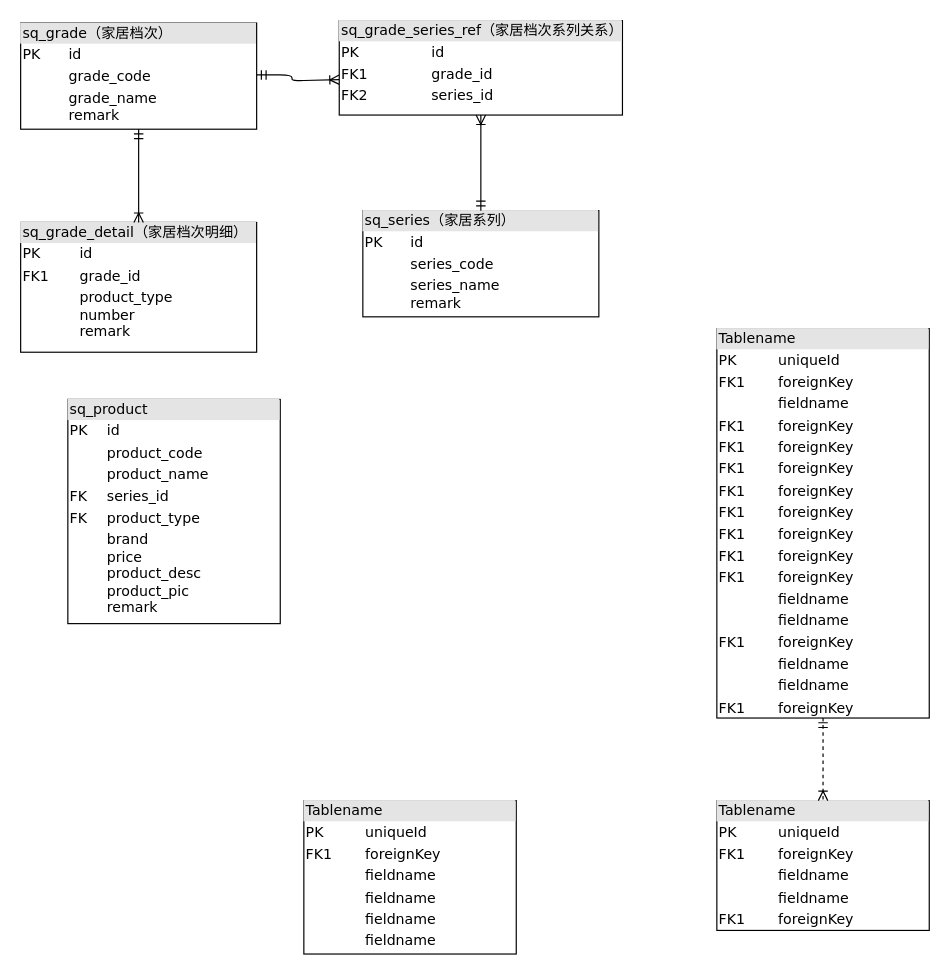
Earlier version of the draw.io diagram 家居报价表定义.drawio (xueshou02/githubWJ). Source tidied: cells renumbered, new cells numbered last; positions are measured from the earlier drawing's top-left corner, leaving out a move shared by most shapes. Both pictures are drawn from the tidied source at 118%, with x=0, y=0 at pixel (20, 20).
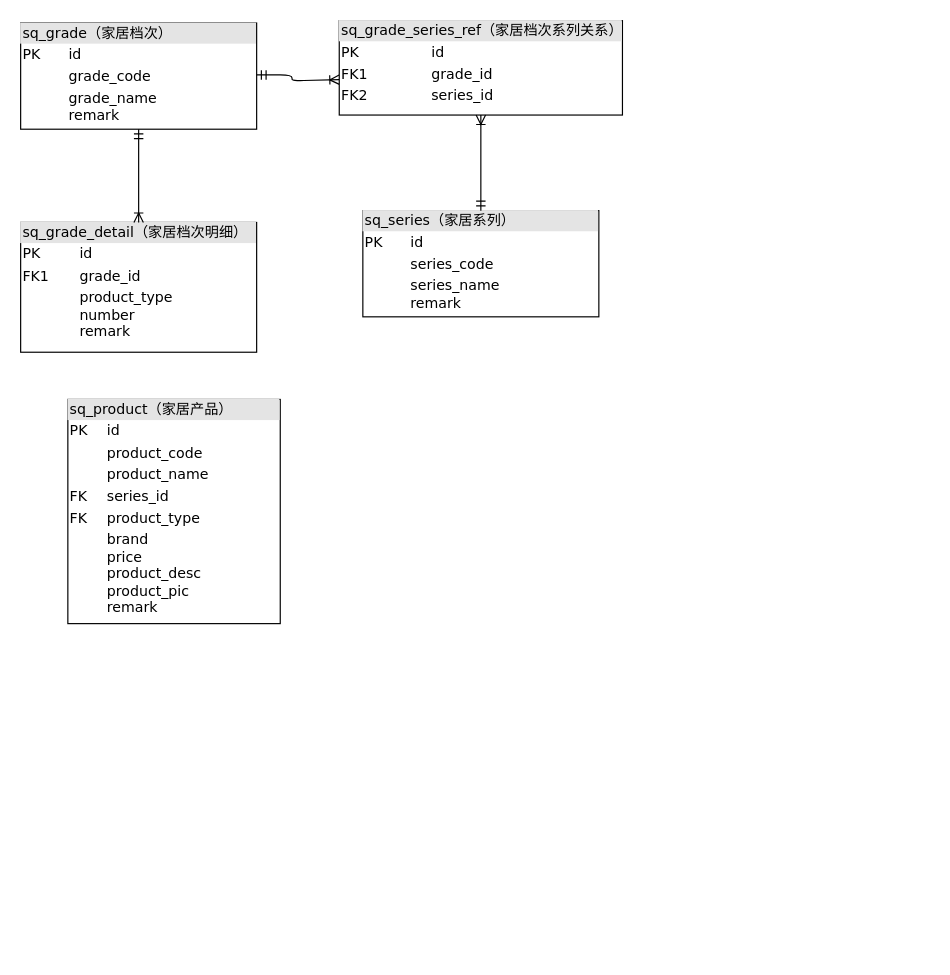
The same page after the edit.

Commit message:
更新家居报价表定义.drawio

The edit, as a diff of the source:
```diff
@@
 <mxGraphModel>
   <root>
     <mxCell id="0" />
     <mxCell id="1" parent="0" />
     <mxCell id="2" value="&lt;div style=&quot;box-sizing:border-box;width:100%;background:#e4e4e4;padding:2px;&quot;&gt;sq_grade（家居档次）&lt;/div&gt;&lt;table style=&quot;width:100%;font-size:1em;&quot; cellpadding=&quot;2&quot; cellspacing=&quot;0&quot;&gt;&lt;tbody&gt;&lt;tr&gt;&lt;td&gt;PK&lt;/td&gt;&lt;td&gt;id&lt;/td&gt;&lt;/tr&gt;&lt;tr&gt;&lt;td&gt;&lt;br&gt;&lt;/td&gt;&lt;td&gt;grade_code&lt;/td&gt;&lt;/tr&gt;&lt;tr&gt;&lt;td&gt;&lt;/td&gt;&lt;td&gt;grade_name&lt;br&gt;remark&lt;/td&gt;&lt;/tr&gt;&lt;/tbody&gt;&lt;/table&gt;" style="verticalAlign=top;align=left;overflow=fill;html=1;rounded=0;shadow=0;comic=0;labelBackgroundColor=none;strokeWidth=1;fontFamily=Verdana;fontSize=12;" parent="1" vertex="1">
       <mxGeometry y="2" width="200" height="90" as="geometry" />
     </mxCell>
     <mxCell id="3" style="edgeStyle=orthogonalEdgeStyle;html=1;labelBackgroundColor=none;startArrow=ERmandOne;endArrow=ERoneToMany;fontFamily=Verdana;fontSize=12;align=left;entryX=0;entryY=0.625;entryDx=0;entryDy=0;entryPerimeter=0;" parent="1" edge="1" source="2" target="11">
       <mxGeometry relative="1" as="geometry">
         <Array as="points">
           <mxPoint x="230" y="46" />
           <mxPoint x="230" y="51" />
         </Array>
       </mxGeometry>
     </mxCell>
     <mxCell id="4" value="&lt;div style=&quot;box-sizing:border-box;width:100%;background:#e4e4e4;padding:2px;&quot;&gt;sq_grade_detail（家居档次明细）&lt;br&gt;&lt;/div&gt;&lt;table style=&quot;width:100%;font-size:1em;&quot; cellpadding=&quot;2&quot; cellspacing=&quot;0&quot;&gt;&lt;tbody&gt;&lt;tr&gt;&lt;td&gt;PK&lt;/td&gt;&lt;td&gt;id&lt;/td&gt;&lt;/tr&gt;&lt;tr&gt;&lt;td&gt;FK1&lt;/td&gt;&lt;td&gt;grade_id&lt;/td&gt;&lt;/tr&gt;&lt;tr&gt;&lt;td&gt;&lt;/td&gt;&lt;td&gt;product_type&lt;br&gt;number&lt;br&gt;remark&lt;br&gt;&lt;/td&gt;&lt;/tr&gt;&lt;/tbody&gt;&lt;/table&gt;" style="verticalAlign=top;align=left;overflow=fill;html=1;rounded=0;shadow=0;comic=0;labelBackgroundColor=none;strokeWidth=1;fontFamily=Verdana;fontSize=12;strokeColor=default;" parent="1" vertex="1">
       <mxGeometry y="171" width="200" height="110" as="geometry" />
     </mxCell>
-    <mxCell id="5" value="&lt;div style=&quot;box-sizing: border-box ; width: 100% ; background: #e4e4e4 ; padding: 2px&quot;&gt;Tablename&lt;/div&gt;&lt;table style=&quot;width: 100% ; font-size: 1em&quot; cellpadding=&quot;2&quot; cellspacing=&quot;0&quot;&gt;&lt;tbody&gt;&lt;tr&gt;&lt;td&gt;PK&lt;/td&gt;&lt;td&gt;uniqueId&lt;/td&gt;&lt;/tr&gt;&lt;tr&gt;&lt;td&gt;FK1&lt;/td&gt;&lt;td&gt;foreignKey&lt;/td&gt;&lt;/tr&gt;&lt;tr&gt;&lt;td&gt;&lt;/td&gt;&lt;td&gt;fieldname&lt;/td&gt;&lt;/tr&gt;&lt;tr&gt;&lt;td&gt;&lt;br&gt;&lt;/td&gt;&lt;td&gt;fieldname&lt;br&gt;&lt;/td&gt;&lt;/tr&gt;&lt;tr&gt;&lt;td&gt;FK1&lt;br&gt;&lt;/td&gt;&lt;td&gt;foreignKey&lt;br&gt;&lt;/td&gt;&lt;/tr&gt;&lt;/tbody&gt;&lt;/table&gt;" style="verticalAlign=top;align=left;overflow=fill;html=1;rounded=0;shadow=0;comic=0;labelBackgroundColor=none;strokeWidth=1;fontFamily=Verdana;fontSize=12;" parent="1" vertex="1">
-      <mxGeometry x="590" y="661" width="180" height="110" as="geometry" />
-    </mxCell>
-    <mxCell id="6" style="edgeStyle=orthogonalEdgeStyle;html=1;entryX=0.5;entryY=0;labelBackgroundColor=none;startArrow=ERmandOne;endArrow=ERoneToMany;fontFamily=Verdana;fontSize=12;align=left;dashed=1;" parent="1" edge="1" source="7" target="5">
-      <mxGeometry relative="1" as="geometry" />
-    </mxCell>
-    <mxCell id="7" value="&lt;div style=&quot;box-sizing: border-box ; width: 100% ; background: #e4e4e4 ; padding: 2px&quot;&gt;Tablename&lt;/div&gt;&lt;table style=&quot;width: 100% ; font-size: 1em&quot; cellpadding=&quot;2&quot; cellspacing=&quot;0&quot;&gt;&lt;tbody&gt;&lt;tr&gt;&lt;td&gt;PK&lt;/td&gt;&lt;td&gt;uniqueId&lt;/td&gt;&lt;/tr&gt;&lt;tr&gt;&lt;td&gt;FK1&lt;/td&gt;&lt;td&gt;foreignKey&lt;/td&gt;&lt;/tr&gt;&lt;tr&gt;&lt;td&gt;&lt;/td&gt;&lt;td&gt;fieldname&lt;/td&gt;&lt;/tr&gt;&lt;tr&gt;&lt;td&gt;FK1&lt;br&gt;&lt;/td&gt;&lt;td&gt;foreignKey&lt;br&gt;&lt;/td&gt;&lt;/tr&gt;&lt;tr&gt;&lt;td&gt;FK1&lt;br&gt;&lt;/td&gt;&lt;td&gt;foreignKey&lt;br&gt;&lt;/td&gt;&lt;/tr&gt;&lt;tr&gt;&lt;td&gt;FK1&lt;br&gt;&lt;/td&gt;&lt;td&gt;foreignKey&lt;br&gt;&lt;/td&gt;&lt;/tr&gt;&lt;tr&gt;&lt;td&gt;FK1&lt;br&gt;&lt;/td&gt;&lt;td&gt;foreignKey&lt;br&gt;&lt;/td&gt;&lt;/tr&gt;&lt;tr&gt;&lt;td&gt;FK1&lt;br&gt;&lt;/td&gt;&lt;td&gt;foreignKey&lt;br&gt;&lt;/td&gt;&lt;/tr&gt;&lt;tr&gt;&lt;td&gt;FK1&lt;br&gt;&lt;/td&gt;&lt;td&gt;foreignKey&lt;br&gt;&lt;/td&gt;&lt;/tr&gt;&lt;tr&gt;&lt;td&gt;FK1&lt;br&gt;&lt;/td&gt;&lt;td&gt;foreignKey&lt;br&gt;&lt;/td&gt;&lt;/tr&gt;&lt;tr&gt;&lt;td&gt;FK1&lt;br&gt;&lt;/td&gt;&lt;td&gt;foreignKey&lt;br&gt;&lt;/td&gt;&lt;/tr&gt;&lt;tr&gt;&lt;td&gt;&lt;br&gt;&lt;/td&gt;&lt;td&gt;fieldname&lt;br&gt;&lt;/td&gt;&lt;/tr&gt;&lt;tr&gt;&lt;td&gt;&lt;br&gt;&lt;/td&gt;&lt;td&gt;fieldname&lt;br&gt;&lt;/td&gt;&lt;/tr&gt;&lt;tr&gt;&lt;td&gt;FK1&lt;br&gt;&lt;/td&gt;&lt;td&gt;foreignKey&lt;br&gt;&lt;/td&gt;&lt;/tr&gt;&lt;tr&gt;&lt;td&gt;&lt;br&gt;&lt;/td&gt;&lt;td&gt;fieldname&lt;br&gt;&lt;/td&gt;&lt;/tr&gt;&lt;tr&gt;&lt;td&gt;&lt;br&gt;&lt;/td&gt;&lt;td&gt;fieldname&lt;br&gt;&lt;/td&gt;&lt;/tr&gt;&lt;tr&gt;&lt;td&gt;FK1&lt;br&gt;&lt;/td&gt;&lt;td&gt;foreignKey&lt;br&gt;&lt;/td&gt;&lt;/tr&gt;&lt;/tbody&gt;&lt;/table&gt;" style="verticalAlign=top;align=left;overflow=fill;html=1;rounded=0;shadow=0;comic=0;labelBackgroundColor=none;strokeWidth=1;fontFamily=Verdana;fontSize=12;" parent="1" vertex="1">
-      <mxGeometry x="590" y="261" width="180" height="330" as="geometry" />
-    </mxCell>
-    <mxCell id="8" value="&lt;div style=&quot;box-sizing: border-box ; width: 100% ; background: #e4e4e4 ; padding: 2px&quot;&gt;Tablename&lt;/div&gt;&lt;table style=&quot;width: 100% ; font-size: 1em&quot; cellpadding=&quot;2&quot; cellspacing=&quot;0&quot;&gt;&lt;tbody&gt;&lt;tr&gt;&lt;td&gt;PK&lt;/td&gt;&lt;td&gt;uniqueId&lt;/td&gt;&lt;/tr&gt;&lt;tr&gt;&lt;td&gt;FK1&lt;/td&gt;&lt;td&gt;foreignKey&lt;/td&gt;&lt;/tr&gt;&lt;tr&gt;&lt;td&gt;&lt;/td&gt;&lt;td&gt;fieldname&lt;/td&gt;&lt;/tr&gt;&lt;tr&gt;&lt;td&gt;&lt;br&gt;&lt;/td&gt;&lt;td&gt;fieldname&lt;br&gt;&lt;/td&gt;&lt;/tr&gt;&lt;tr&gt;&lt;td&gt;&lt;br&gt;&lt;/td&gt;&lt;td&gt;fieldname&lt;br&gt;&lt;/td&gt;&lt;/tr&gt;&lt;tr&gt;&lt;td&gt;&lt;br&gt;&lt;/td&gt;&lt;td&gt;fieldname&lt;br&gt;&lt;/td&gt;&lt;/tr&gt;&lt;/tbody&gt;&lt;/table&gt;" style="verticalAlign=top;align=left;overflow=fill;html=1;rounded=0;shadow=0;comic=0;labelBackgroundColor=none;strokeWidth=1;fontFamily=Verdana;fontSize=12;" parent="1" vertex="1">
-      <mxGeometry x="240" y="661" width="180" height="130" as="geometry" />
-    </mxCell>
     <mxCell id="9" style="edgeStyle=orthogonalEdgeStyle;html=1;endArrow=ERoneToMany;startArrow=ERmandOne;labelBackgroundColor=none;fontFamily=Verdana;fontSize=12;align=left;exitX=0.5;exitY=1;entryX=0.5;entryY=0;" parent="1" edge="1" source="2" target="4">
       <mxGeometry relative="1" as="geometry" />
     </mxCell>
     <mxCell id="10" value="&lt;div style=&quot;box-sizing:border-box;width:100%;background:#e4e4e4;padding:2px;&quot;&gt;sq_series（家居系列）&lt;/div&gt;&lt;table style=&quot;width:100%;font-size:1em;&quot; cellpadding=&quot;2&quot; cellspacing=&quot;0&quot;&gt;&lt;tbody&gt;&lt;tr&gt;&lt;td&gt;PK&lt;/td&gt;&lt;td&gt;id&lt;/td&gt;&lt;/tr&gt;&lt;tr&gt;&lt;td&gt;&lt;br&gt;&lt;/td&gt;&lt;td&gt;series_code&lt;/td&gt;&lt;/tr&gt;&lt;tr&gt;&lt;td&gt;&lt;/td&gt;&lt;td&gt;series_name&lt;br&gt;remark&lt;/td&gt;&lt;/tr&gt;&lt;/tbody&gt;&lt;/table&gt;" style="verticalAlign=top;align=left;overflow=fill;html=1;rounded=0;shadow=0;comic=0;labelBackgroundColor=none;strokeWidth=1;fontFamily=Verdana;fontSize=12;" parent="1" vertex="1">
       <mxGeometry x="290" y="161" width="200" height="90" as="geometry" />
     </mxCell>
     <mxCell id="11" value="&lt;div style=&quot;box-sizing:border-box;width:100%;background:#e4e4e4;padding:2px;&quot;&gt;sq_grade_series_ref（家居档次系列关系）&lt;/div&gt;&lt;table style=&quot;width:100%;font-size:1em;&quot; cellpadding=&quot;2&quot; cellspacing=&quot;0&quot;&gt;&lt;tbody&gt;&lt;tr&gt;&lt;td&gt;PK&lt;/td&gt;&lt;td&gt;id&lt;/td&gt;&lt;/tr&gt;&lt;tr&gt;&lt;td&gt;FK1&lt;/td&gt;&lt;td&gt;grade_id&lt;/td&gt;&lt;/tr&gt;&lt;tr&gt;&lt;td&gt;FK2&lt;/td&gt;&lt;td&gt;series_id&lt;br&gt;&lt;/td&gt;&lt;/tr&gt;&lt;/tbody&gt;&lt;/table&gt;" style="verticalAlign=top;align=left;overflow=fill;html=1;rounded=0;shadow=0;comic=0;labelBackgroundColor=none;strokeWidth=1;fontFamily=Verdana;fontSize=12;" parent="1" vertex="1">
       <mxGeometry x="270" width="240" height="80" as="geometry" />
     </mxCell>
     <mxCell id="12" style="edgeStyle=orthogonalEdgeStyle;html=1;labelBackgroundColor=none;startArrow=ERmandOne;endArrow=ERoneToMany;fontFamily=Verdana;fontSize=12;align=left;exitX=0.5;exitY=0;exitDx=0;exitDy=0;entryX=0.5;entryY=1;entryDx=0;entryDy=0;" parent="1" edge="1" source="10" target="11">
       <mxGeometry relative="1" as="geometry" />
     </mxCell>
-    <mxCell id="13" value="&lt;div style=&quot;box-sizing: border-box ; width: 100% ; background: #e4e4e4 ; padding: 2px&quot;&gt;sq_product&lt;/div&gt;&lt;table style=&quot;width: 100% ; font-size: 1em&quot; cellpadding=&quot;2&quot; cellspacing=&quot;0&quot;&gt;&lt;tbody&gt;&lt;tr&gt;&lt;td&gt;PK&lt;/td&gt;&lt;td&gt;id&lt;/td&gt;&lt;/tr&gt;&lt;tr&gt;&lt;td&gt;&lt;br&gt;&lt;/td&gt;&lt;td&gt;product_code&lt;/td&gt;&lt;/tr&gt;&lt;tr&gt;&lt;td&gt;&lt;/td&gt;&lt;td&gt;product_name&lt;/td&gt;&lt;/tr&gt;&lt;tr&gt;&lt;td&gt;FK&lt;/td&gt;&lt;td&gt;series_id&lt;br&gt;&lt;/td&gt;&lt;/tr&gt;&lt;tr&gt;&lt;td&gt;FK&lt;/td&gt;&lt;td&gt;product_type&lt;/td&gt;&lt;/tr&gt;&lt;tr&gt;&lt;td&gt;&lt;br&gt;&lt;/td&gt;&lt;td&gt;brand&lt;br&gt;price&lt;br&gt;product_desc&lt;br&gt;product_pic&lt;br&gt;remark&lt;/td&gt;&lt;/tr&gt;&lt;/tbody&gt;&lt;/table&gt;" style="verticalAlign=top;align=left;overflow=fill;html=1;rounded=0;shadow=0;comic=0;labelBackgroundColor=none;strokeWidth=1;fontFamily=Verdana;fontSize=12;" parent="1" vertex="1">
+    <mxCell id="13" value="&lt;div style=&quot;box-sizing: border-box ; width: 100% ; background: #e4e4e4 ; padding: 2px&quot;&gt;sq_product（家居产品）&lt;/div&gt;&lt;table style=&quot;width: 100% ; font-size: 1em&quot; cellpadding=&quot;2&quot; cellspacing=&quot;0&quot;&gt;&lt;tbody&gt;&lt;tr&gt;&lt;td&gt;PK&lt;/td&gt;&lt;td&gt;id&lt;/td&gt;&lt;/tr&gt;&lt;tr&gt;&lt;td&gt;&lt;br&gt;&lt;/td&gt;&lt;td&gt;product_code&lt;/td&gt;&lt;/tr&gt;&lt;tr&gt;&lt;td&gt;&lt;/td&gt;&lt;td&gt;product_name&lt;/td&gt;&lt;/tr&gt;&lt;tr&gt;&lt;td&gt;FK&lt;/td&gt;&lt;td&gt;series_id&lt;br&gt;&lt;/td&gt;&lt;/tr&gt;&lt;tr&gt;&lt;td&gt;FK&lt;/td&gt;&lt;td&gt;product_type&lt;/td&gt;&lt;/tr&gt;&lt;tr&gt;&lt;td&gt;&lt;br&gt;&lt;/td&gt;&lt;td&gt;brand&lt;br&gt;price&lt;br&gt;product_desc&lt;br&gt;product_pic&lt;br&gt;remark&lt;/td&gt;&lt;/tr&gt;&lt;/tbody&gt;&lt;/table&gt;" style="verticalAlign=top;align=left;overflow=fill;html=1;rounded=0;shadow=0;comic=0;labelBackgroundColor=none;strokeWidth=1;fontFamily=Verdana;fontSize=12;" parent="1" vertex="1">
       <mxGeometry x="40" y="321" width="180" height="190" as="geometry" />
     </mxCell>
   </root>
 </mxGraphModel>
```
